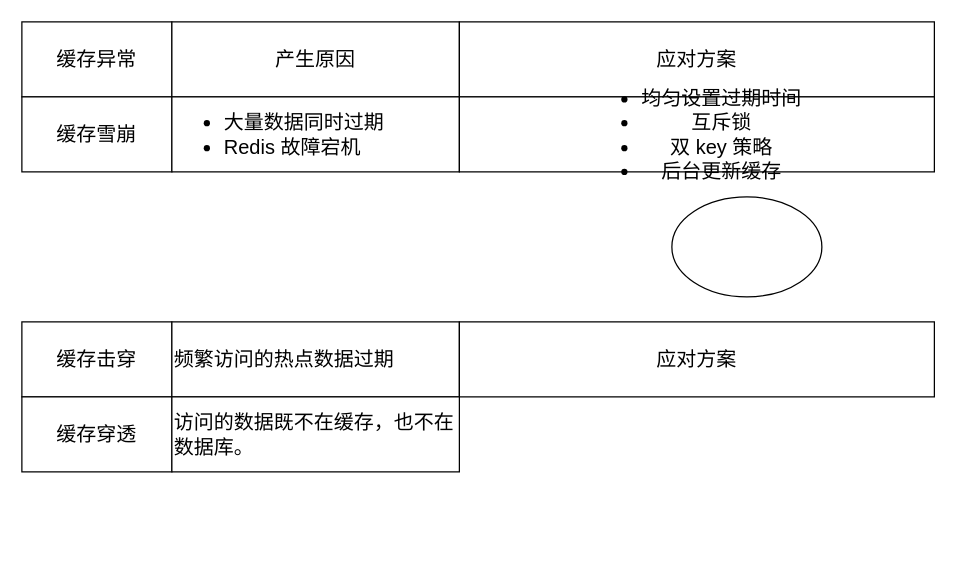
Earlier version of the draw.io diagram redis/缓存/未命名绘图.drawio (xiaolincoder/ImageHost4). Source tidied: cells renumbered, new cells numbered last; positions are measured from the earlier drawing's top-left corner, leaving out a move shared by most shapes. Both pictures are drawn from the tidied source at 125%, with x=0, y=0 at pixel (21, 21).
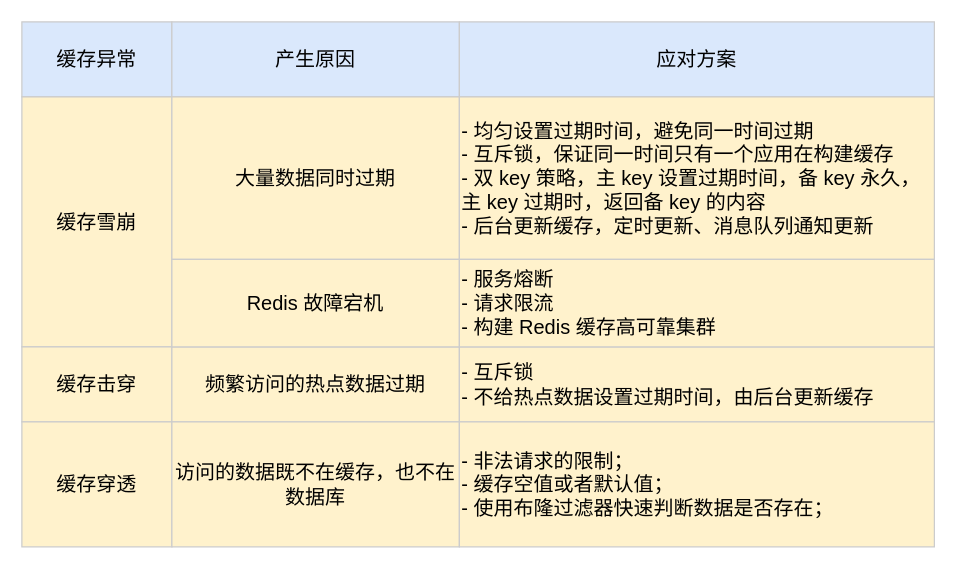
Above is the later version.

Commit message (it also covers changes not shown here):
更新未命名绘图.drawio

What changed in the source:
```diff
@@
 <mxGraphModel>
   <root>
     <mxCell id="0" />
     <mxCell id="1" parent="0" />
-    <mxCell id="2" value="缓存异常" style="rounded=0;whiteSpace=wrap;html=1;fontSize=16;" parent="1" vertex="1">
+    <mxCell id="2" value="缓存异常" style="rounded=0;whiteSpace=wrap;html=1;fontSize=16;fillColor=#dae8fc;strokeColor=#CCCCCC;" parent="1" vertex="1">
       <mxGeometry width="120" height="60" as="geometry" />
     </mxCell>
-    <mxCell id="3" value="产生原因" style="rounded=0;whiteSpace=wrap;html=1;fontSize=16;" parent="1" vertex="1">
+    <mxCell id="3" value="产生原因" style="rounded=0;whiteSpace=wrap;html=1;fontSize=16;fillColor=#dae8fc;strokeColor=#CCCCCC;" parent="1" vertex="1">
       <mxGeometry x="120" width="230" height="60" as="geometry" />
     </mxCell>
-    <mxCell id="4" value="应对方案" style="rounded=0;whiteSpace=wrap;html=1;fontSize=16;" parent="1" vertex="1">
+    <mxCell id="4" value="应对方案" style="rounded=0;whiteSpace=wrap;html=1;fontSize=16;fillColor=#dae8fc;strokeColor=#CCCCCC;" parent="1" vertex="1">
       <mxGeometry x="350" width="380" height="60" as="geometry" />
     </mxCell>
-    <mxCell id="5" value="缓存雪崩" style="rounded=0;whiteSpace=wrap;html=1;fontSize=16;" parent="1" vertex="1">
-      <mxGeometry y="60" width="120" height="60" as="geometry" />
+    <mxCell id="5" value="缓存雪崩" style="rounded=0;whiteSpace=wrap;html=1;fontSize=16;align=center;fillColor=#fff2cc;strokeColor=#CCCCCC;" parent="1" vertex="1">
+      <mxGeometry y="60" width="120" height="200" as="geometry" />
     </mxCell>
-    <mxCell id="6" value="&lt;ul&gt;&lt;li&gt;大量数据同时过期&lt;br&gt;&lt;/li&gt;&lt;li&gt;Redis 故障宕机&lt;br&gt;&lt;/li&gt;&lt;/ul&gt;" style="rounded=0;whiteSpace=wrap;html=1;fontSize=16;align=left;" parent="1" vertex="1">
-      <mxGeometry x="120" y="60" width="230" height="60" as="geometry" />
+    <mxCell id="6" value="大量数据同时过期" style="rounded=0;whiteSpace=wrap;html=1;fontSize=16;align=center;fillColor=#fff2cc;strokeColor=#CCCCCC;" parent="1" vertex="1">
+      <mxGeometry x="120" y="60" width="230" height="130" as="geometry" />
     </mxCell>
-    <mxCell id="7" value="&lt;ul&gt;&lt;li&gt;均匀设置过期时间&lt;br&gt;&lt;/li&gt;&lt;li&gt;互斥锁&lt;br&gt;&lt;/li&gt;&lt;li&gt;双 key 策略&lt;br&gt;&lt;/li&gt;&lt;li&gt;后台更新缓存&lt;br&gt;&lt;/li&gt;&lt;/ul&gt;" style="rounded=0;whiteSpace=wrap;html=1;fontSize=16;" parent="1" vertex="1">
-      <mxGeometry x="350" y="60" width="380" height="60" as="geometry" />
+    <mxCell id="7" value="&lt;div&gt;- 均匀设置过期时间，避免同一时间过期&lt;/div&gt;&lt;div&gt;- 互斥锁，保证同一时间只有一个应用在构建缓存&lt;/div&gt;&lt;div&gt;- 双 key 策略，主 key 设置过期时间，备 key 永久，主 key 过期时，返回备 key 的内容&lt;/div&gt;&lt;div&gt;- 后台更新缓存，定时更新、消息队列通知更新&lt;/div&gt;" style="rounded=0;whiteSpace=wrap;html=1;fontSize=16;align=left;fillColor=#fff2cc;strokeColor=#CCCCCC;" parent="1" vertex="1">
+      <mxGeometry x="350" y="60" width="380" height="130" as="geometry" />
     </mxCell>
-    <mxCell id="8" value="缓存击穿" style="rounded=0;whiteSpace=wrap;html=1;fontSize=16;" parent="1" vertex="1">
-      <mxGeometry y="240" width="120" height="60" as="geometry" />
+    <mxCell id="8" value="缓存击穿" style="rounded=0;whiteSpace=wrap;html=1;fontSize=16;align=center;fillColor=#fff2cc;strokeColor=#CCCCCC;" parent="1" vertex="1">
+      <mxGeometry y="260" width="120" height="60" as="geometry" />
     </mxCell>
-    <mxCell id="9" value="频繁访问的热点数据过期" style="rounded=0;whiteSpace=wrap;html=1;fontSize=16;align=left;" parent="1" vertex="1">
-      <mxGeometry x="120" y="240" width="230" height="60" as="geometry" />
+    <mxCell id="9" value="频繁访问的热点数据过期" style="rounded=0;whiteSpace=wrap;html=1;fontSize=16;align=center;fillColor=#fff2cc;strokeColor=#CCCCCC;" parent="1" vertex="1">
+      <mxGeometry x="120" y="260" width="230" height="60" as="geometry" />
     </mxCell>
-    <mxCell id="10" value="应对方案" style="rounded=0;whiteSpace=wrap;html=1;fontSize=16;" parent="1" vertex="1">
-      <mxGeometry x="350" y="240" width="380" height="60" as="geometry" />
+    <mxCell id="10" value="- 互斥锁&lt;br&gt;- 不给热点数据设置过期时间，由后台更新缓存" style="rounded=0;whiteSpace=wrap;html=1;fontSize=16;align=left;fillColor=#fff2cc;strokeColor=#CCCCCC;" parent="1" vertex="1">
+      <mxGeometry x="350" y="260" width="380" height="60" as="geometry" />
     </mxCell>
-    <mxCell id="11" value="缓存穿透" style="rounded=0;whiteSpace=wrap;html=1;fontSize=16;" parent="1" vertex="1">
-      <mxGeometry y="300" width="120" height="60" as="geometry" />
+    <mxCell id="11" value="缓存穿透" style="rounded=0;whiteSpace=wrap;html=1;fontSize=16;align=center;fillColor=#fff2cc;strokeColor=#CCCCCC;" parent="1" vertex="1">
+      <mxGeometry y="320" width="120" height="100" as="geometry" />
     </mxCell>
-    <mxCell id="12" value="访问的数据既不在缓存，也不在数据库。" style="rounded=0;whiteSpace=wrap;html=1;fontSize=16;align=left;" parent="1" vertex="1">
-      <mxGeometry x="120" y="300" width="230" height="60" as="geometry" />
+    <mxCell id="12" value="访问的数据既不在缓存，也不在数据库" style="rounded=0;whiteSpace=wrap;html=1;fontSize=16;align=center;fillColor=#fff2cc;strokeColor=#CCCCCC;" parent="1" vertex="1">
+      <mxGeometry x="120" y="320" width="230" height="100" as="geometry" />
     </mxCell>
-    <mxCell id="13" style="ellipse;whiteSpace=wrap;html=1;fontSize=16;align=left;" parent="1" vertex="1">
-      <mxGeometry x="520" y="140" width="120" height="80" as="geometry" />
-    </mxCell>
+    <mxCell id="14" value="Redis 故障宕机" style="rounded=0;whiteSpace=wrap;html=1;fontSize=16;align=center;fillColor=#fff2cc;strokeColor=#CCCCCC;" parent="1" vertex="1">
+      <mxGeometry x="120" y="190" width="230" height="70" as="geometry" />
+    </mxCell>
+    <mxCell id="15" value="- 服务熔断&lt;br&gt;- 请求限流&lt;br&gt;- 构建 Redis 缓存高可靠集群" style="rounded=0;whiteSpace=wrap;html=1;fontSize=16;align=left;fillColor=#fff2cc;strokeColor=#CCCCCC;" parent="1" vertex="1">
+      <mxGeometry x="350" y="190" width="380" height="70" as="geometry" />
+    </mxCell>
+    <mxCell id="16" value="&lt;div&gt;- 非法请求的限制；&lt;/div&gt;&lt;div&gt;- 缓存空值或者默认值；&lt;/div&gt;&lt;div&gt;- 使用布隆过滤器快速判断数据是否存在；&lt;/div&gt;" style="rounded=0;whiteSpace=wrap;html=1;fontSize=16;align=left;fillColor=#fff2cc;strokeColor=#CCCCCC;" parent="1" vertex="1">
+      <mxGeometry x="350" y="320" width="380" height="100" as="geometry" />
+    </mxCell>
   </root>
 </mxGraphModel>
```
